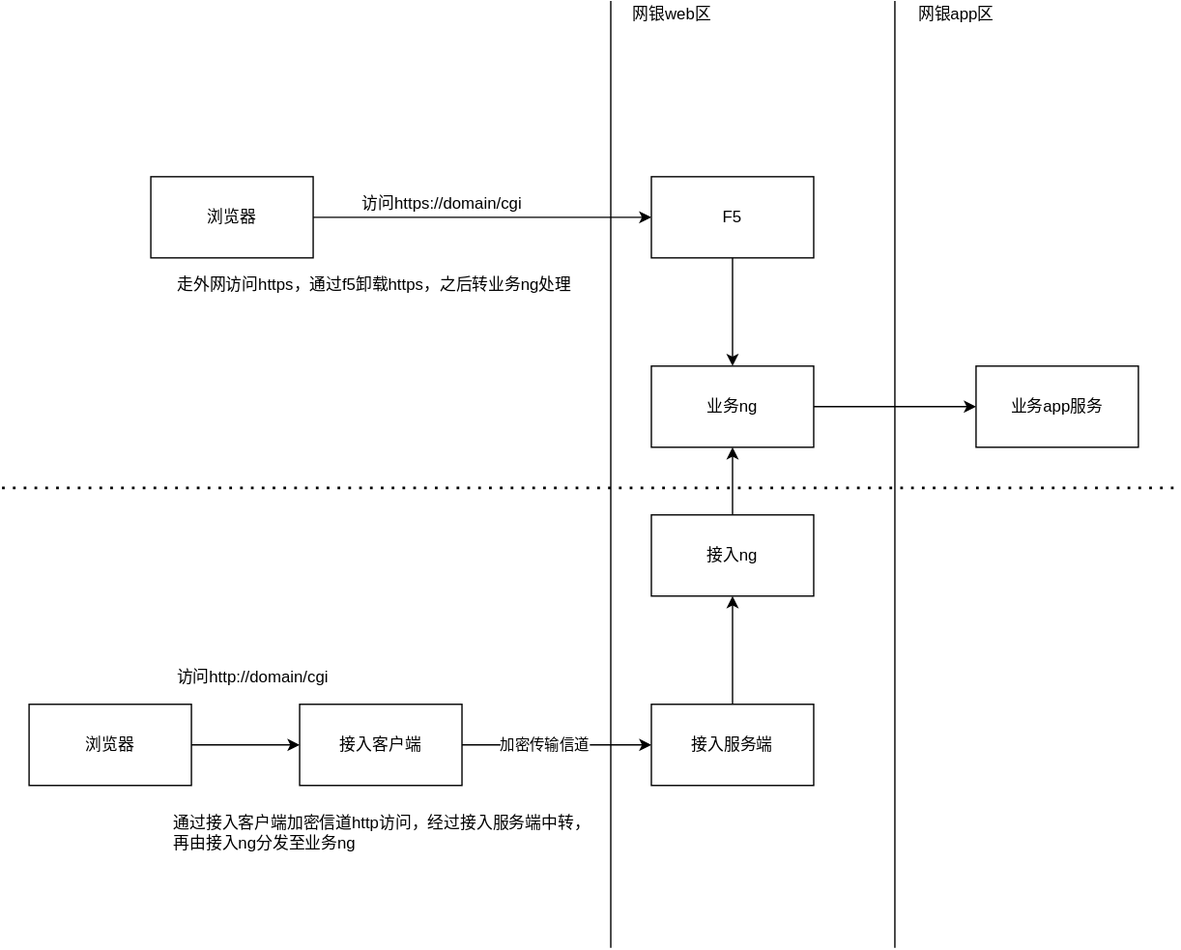
The draw.io diagram tc_业务直接域名访问路径.svg in c17abab/diag_pics, before a commit. Source tidied: cells renumbered, new cells last; positions are measured from the earlier drawing's top-left corner, leaving out a move shared by most shapes.
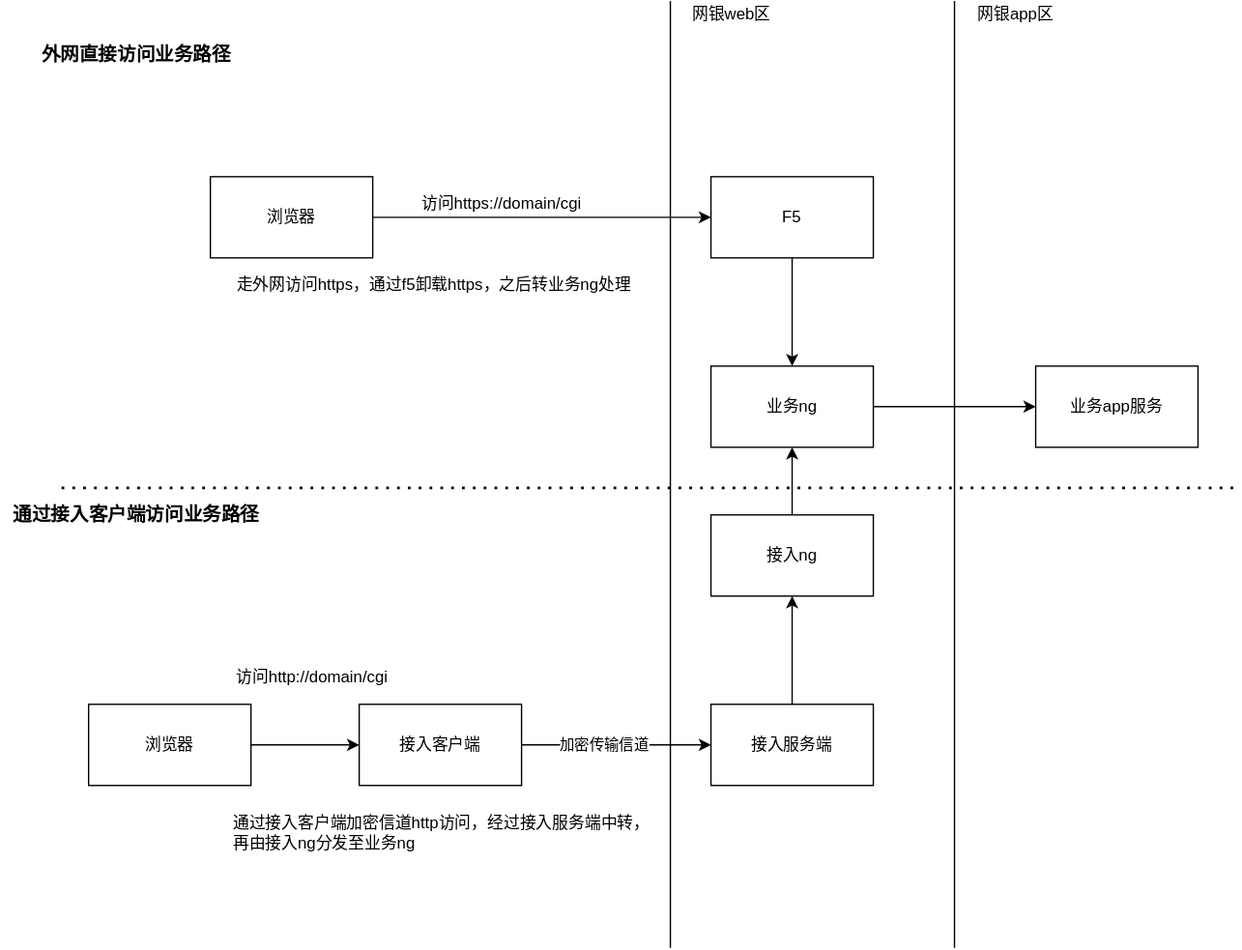
After the commit.

Commit message:
更新tc_业务直接域名访问路径.svg

The edit, as a diff of the source:
```diff
@@ -86,5 +86,11 @@
         <mxPoint x="870" y="360" as="targetPoint" />
       </mxGeometry>
     </mxCell>
+    <mxCell id="27" value="外网直接访问业务路径" style="text;html=1;align=center;verticalAlign=middle;fillColor=none;strokeColor=none;rounded=0;fontStyle=1;fontSize=14;" parent="1" vertex="1">
+      <mxGeometry x="-25" y="30" width="160" height="20" as="geometry" />
+    </mxCell>
+    <mxCell id="28" value="通过接入客户端访问业务路径" style="text;html=1;align=center;verticalAlign=middle;fillColor=none;strokeColor=none;rounded=0;fontStyle=1;fontSize=14;" parent="1" vertex="1">
+      <mxGeometry x="-45" y="370" width="200" height="20" as="geometry" />
+    </mxCell>
   </root>
 </mxGraphModel>
```
